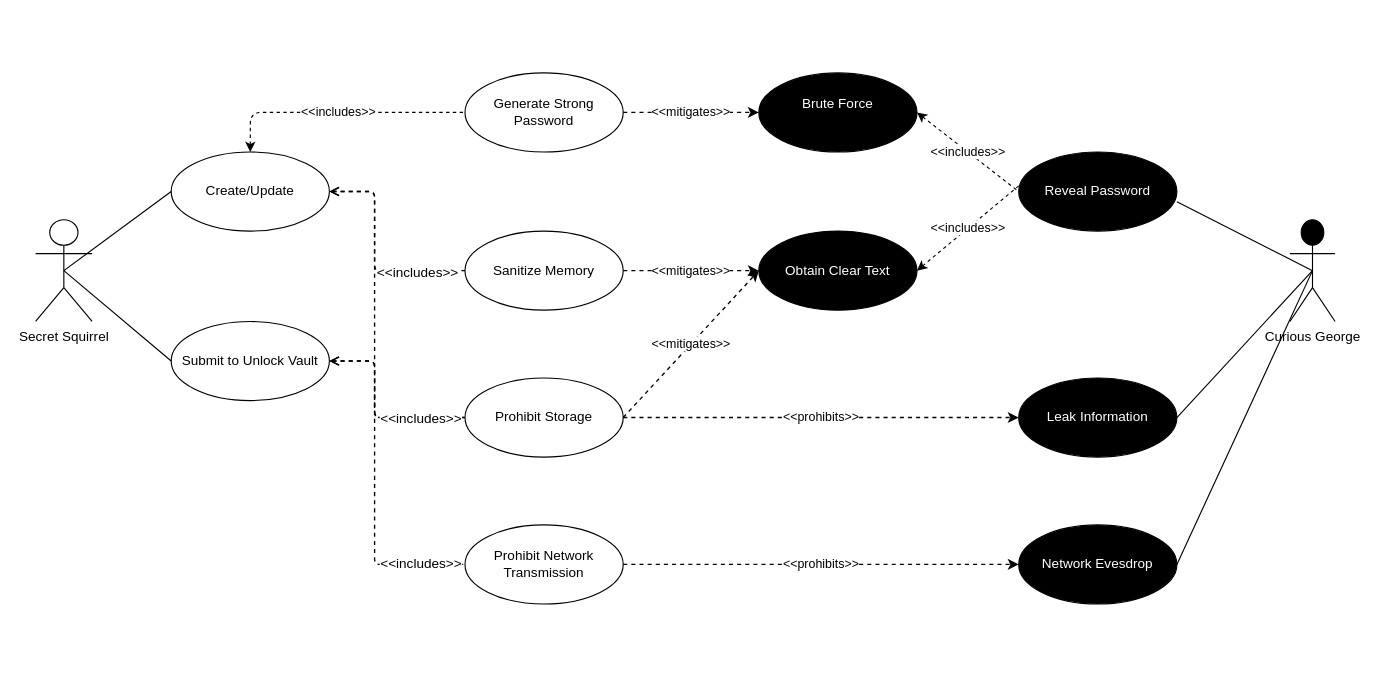
Above: page "Master Password" (1 of 5) of Images/Use Cases.drawio in sdfrench/CYBR8420-GotRoot (draw.io), before the change. Source tidied: cells renumbered, new cells numbered last; positions are measured from the earlier drawing's top-left corner, leaving out a move shared by most shapes. Both pictures are drawn from the tidied source at 113%, with x=0, y=0 at pixel (35, 72).
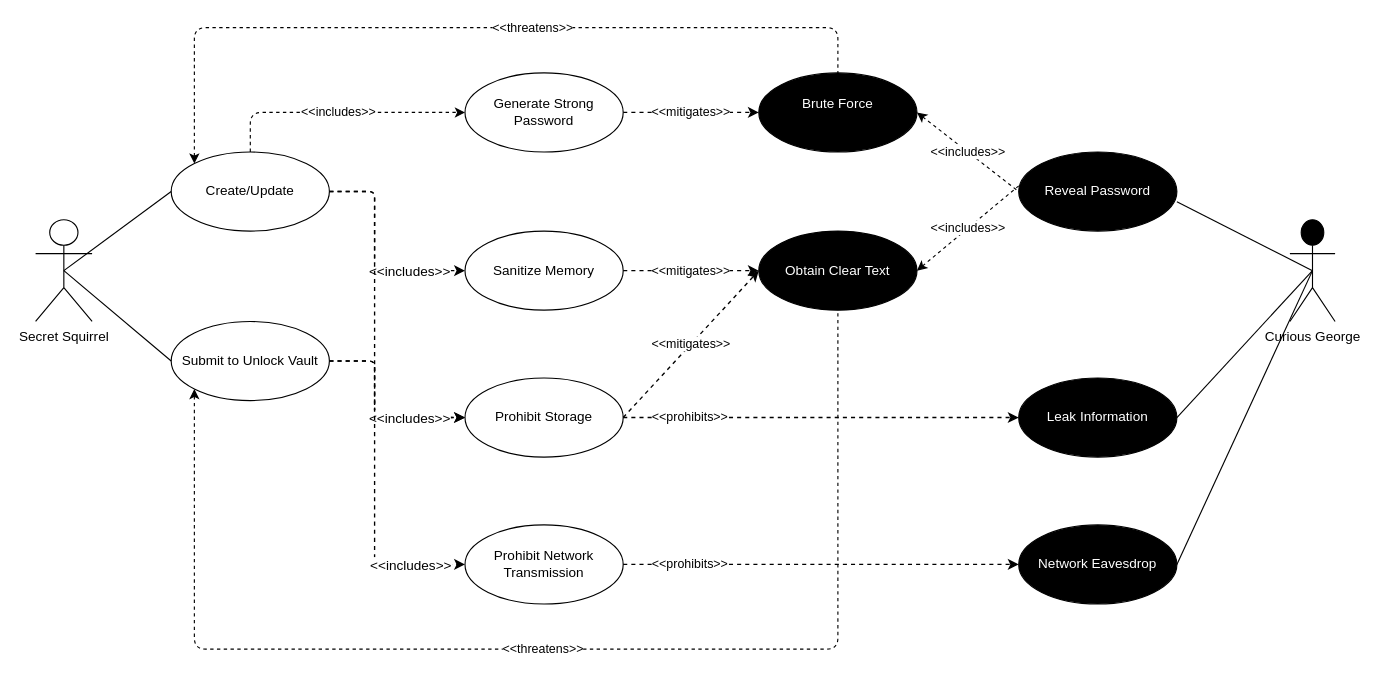
The same diagram, later.

The change refers to these unchanged cells:
```xml
<mxCell id="2" value="Create/Update" style="ellipse;whiteSpace=wrap;html=1;" parent="1" vertex="1">
  <mxGeometry x="120" y="70" width="140" height="70" as="geometry" />
</mxCell>
<mxCell id="7" value="Leak Information" style="ellipse;whiteSpace=wrap;html=1;fillColor=#000000;fontColor=#FFFFFF;" parent="1" vertex="1">
  <mxGeometry x="870" y="270" width="140" height="70" as="geometry" />
</mxCell>
<mxCell id="9" value="Submit to Unlock Vault" style="ellipse;whiteSpace=wrap;html=1;" parent="1" vertex="1">
  <mxGeometry x="120" y="220" width="140" height="70" as="geometry" />
</mxCell>
<mxCell id="11" value="Generate Strong Password" style="ellipse;whiteSpace=wrap;html=1;" parent="1" vertex="1">
  <mxGeometry x="380" width="140" height="70" as="geometry" />
</mxCell>
<mxCell id="12" value="Sanitize Memory" style="ellipse;whiteSpace=wrap;html=1;" parent="1" vertex="1">
  <mxGeometry x="380" y="140" width="140" height="70" as="geometry" />
</mxCell>
<mxCell id="13" value="Prohibit Storage" style="ellipse;whiteSpace=wrap;html=1;" parent="1" vertex="1">
  <mxGeometry x="380" y="270" width="140" height="70" as="geometry" />
</mxCell>
<mxCell id="14" value="Prohibit Network Transmission" style="ellipse;whiteSpace=wrap;html=1;" parent="1" vertex="1">
  <mxGeometry x="380" y="400" width="140" height="70" as="geometry" />
</mxCell>
<mxCell id="15" value="&lt;div&gt;Brute Force&lt;/div&gt;&lt;div&gt;&lt;br&gt;&lt;/div&gt;" style="ellipse;whiteSpace=wrap;html=1;fillColor=#000000;fontColor=#FFFFFF;" parent="1" vertex="1">
  <mxGeometry x="640" width="140" height="70" as="geometry" />
</mxCell>
<mxCell id="17" value="Obtain Clear Text" style="ellipse;whiteSpace=wrap;html=1;fillColor=#000000;fontColor=#FFFFFF;" parent="1" vertex="1">
  <mxGeometry x="640" y="140" width="140" height="70" as="geometry" />
</mxCell>
```

The edit, as a diff of the source:
```diff
@@
-    <mxCell id="3" style="html=1;jettySize=18;fontSize=11;strokeOpacity=100;dashed=1;strokeWidth=1.2;rounded=1;arcSize=10;startArrow=open;endArrow=none;elbow=vertical;endFill=0;entryX=0;entryY=0.5;entryDx=0;entryDy=0;edgeStyle=orthogonalEdgeStyle;exitX=1;exitY=0.5;exitDx=0;exitDy=0;" parent="1" edge="1" source="2" target="12">
+    <mxCell id="3" style="html=1;jettySize=18;fontSize=11;strokeOpacity=100;dashed=1;strokeWidth=1.2;rounded=1;arcSize=10;startArrow=none;endArrow=classic;elbow=vertical;endFill=1;entryX=0;entryY=0.5;entryDx=0;entryDy=0;edgeStyle=orthogonalEdgeStyle;exitX=1;exitY=0.5;exitDx=0;exitDy=0;startFill=0;" parent="1" edge="1" source="2" target="12">
       <mxGeometry relative="1" as="geometry">
         <Array as="points">
           <mxPoint x="300" y="105" />
           <mxPoint x="300" y="175" />
         </Array>
       </mxGeometry>
     </mxCell>
     <mxCell id="4" value="&amp;lt;&amp;lt;includes&amp;gt;&amp;gt;" style="text;html=1;align=center;verticalAlign=middle;labelBackgroundColor=#ffffff;" parent="3" vertex="1">
-      <mxGeometry x="0.55" y="-1" relative="1" as="geometry" />
+      <mxGeometry x="0.55" y="-1" relative="1" as="geometry">
+        <mxPoint x="-7" y="-1" as="offset" />
+      </mxGeometry>
     </mxCell>
@@
-    <mxCell id="10" value="&amp;lt;&amp;lt;includes&amp;gt;&amp;gt;" style="edgeStyle=orthogonalEdgeStyle;rounded=1;jettySize=auto;html=1;dashed=1;startArrow=classic;startFill=1;endArrow=none;endFill=0;fontColor=#000000;exitX=0.5;exitY=0;exitDx=0;exitDy=0;entryX=0;entryY=0.5;entryDx=0;entryDy=0;" parent="1" edge="1" source="2" target="11">
+    <mxCell id="10" value="&amp;lt;&amp;lt;includes&amp;gt;&amp;gt;" style="edgeStyle=orthogonalEdgeStyle;rounded=1;jettySize=auto;html=1;dashed=1;startArrow=none;startFill=0;endArrow=classic;endFill=1;fontColor=#000000;exitX=0.5;exitY=0;exitDx=0;exitDy=0;entryX=0;entryY=0.5;entryDx=0;entryDy=0;" parent="1" edge="1" source="2" target="11">
       <mxGeometry relative="1" as="geometry" />
     </mxCell>
@@
-    <mxCell id="18" value="Network Evesdrop" style="ellipse;whiteSpace=wrap;html=1;fillColor=#000000;fontColor=#FFFFFF;" parent="1" vertex="1">
+    <mxCell id="18" value="Network Eavesdrop" style="ellipse;whiteSpace=wrap;html=1;fillColor=#000000;fontColor=#FFFFFF;" parent="1" vertex="1">
       <mxGeometry x="870" y="400" width="140" height="70" as="geometry" />
     </mxCell>
@@
     <mxCell id="26" value="&amp;lt;&amp;lt;prohibits&amp;gt;&amp;gt;" style="html=1;jettySize=18;fontSize=11;strokeOpacity=100;dashed=1;strokeWidth=1.2;rounded=1;arcSize=10;startArrow=none;endArrow=classic;endFill=1;startFill=0;exitX=1;exitY=0.5;exitDx=0;exitDy=0;entryX=0;entryY=0.5;entryDx=0;entryDy=0;" parent="1" edge="1" source="13" target="7">
-      <mxGeometry relative="1" as="geometry" />
+      <mxGeometry x="-0.66" relative="1" as="geometry" />
     </mxCell>
     <mxCell id="27" value="&amp;lt;&amp;lt;prohibits&amp;gt;&amp;gt;" style="html=1;jettySize=18;fontSize=11;strokeOpacity=100;dashed=1;strokeWidth=1.2;rounded=1;arcSize=10;startArrow=none;endArrow=classic;endFill=1;startFill=0;exitX=1;exitY=0.5;exitDx=0;exitDy=0;entryX=0;entryY=0.5;entryDx=0;entryDy=0;" parent="1" edge="1" source="14" target="18">
-      <mxGeometry relative="1" as="geometry" />
+      <mxGeometry x="-0.66" relative="1" as="geometry" />
     </mxCell>
@@
-    <mxCell id="30" style="html=1;jettySize=18;fontSize=11;strokeOpacity=100;dashed=1;strokeWidth=1.2;rounded=1;arcSize=10;startArrow=open;endArrow=none;elbow=vertical;endFill=0;entryX=0;entryY=0.5;entryDx=0;entryDy=0;exitX=1;exitY=0.5;exitDx=0;exitDy=0;edgeStyle=orthogonalEdgeStyle;" parent="1" edge="1" source="2" target="13">
+    <mxCell id="30" style="html=1;jettySize=18;fontSize=11;strokeOpacity=100;dashed=1;strokeWidth=1.2;rounded=1;arcSize=10;startArrow=none;endArrow=classic;elbow=vertical;endFill=1;entryX=0;entryY=0.5;entryDx=0;entryDy=0;exitX=1;exitY=0.5;exitDx=0;exitDy=0;edgeStyle=orthogonalEdgeStyle;startFill=0;" parent="1" edge="1" source="2" target="13">
       <mxGeometry relative="1" as="geometry">
         <Array as="points">
           <mxPoint x="300" y="105" />
           <mxPoint x="300" y="305" />
         </Array>
       </mxGeometry>
     </mxCell>
-    <mxCell id="31" style="html=1;jettySize=18;fontSize=11;strokeOpacity=100;dashed=1;strokeWidth=1.2;rounded=1;arcSize=10;startArrow=open;endArrow=none;elbow=vertical;endFill=0;entryX=0;entryY=0.5;entryDx=0;entryDy=0;edgeStyle=orthogonalEdgeStyle;exitX=1;exitY=0.5;exitDx=0;exitDy=0;" parent="1" edge="1" source="9" target="13">
+    <mxCell id="31" style="html=1;jettySize=18;fontSize=11;strokeOpacity=100;dashed=1;strokeWidth=1.2;rounded=1;arcSize=10;startArrow=none;endArrow=classic;elbow=vertical;endFill=1;entryX=0;entryY=0.5;entryDx=0;entryDy=0;edgeStyle=orthogonalEdgeStyle;exitX=1;exitY=0.5;exitDx=0;exitDy=0;startFill=0;" parent="1" edge="1" source="9" target="13">
       <mxGeometry relative="1" as="geometry">
         <Array as="points">
           <mxPoint x="300" y="255" />
           <mxPoint x="300" y="305" />
         </Array>
       </mxGeometry>
     </mxCell>
     <mxCell id="32" value="&amp;lt;&amp;lt;includes&amp;gt;&amp;gt;" style="text;html=1;align=center;verticalAlign=middle;labelBackgroundColor=#ffffff;" parent="31" vertex="1">
       <mxGeometry x="0.44" y="-5" relative="1" as="geometry">
-        <mxPoint x="8" y="-5" as="offset" />
+        <mxPoint x="-2" y="-5" as="offset" />
       </mxGeometry>
     </mxCell>
-    <mxCell id="33" style="html=1;jettySize=18;fontSize=11;strokeOpacity=100;dashed=1;strokeWidth=1.2;rounded=1;arcSize=10;startArrow=open;endArrow=none;elbow=vertical;endFill=0;entryX=0;entryY=0.5;entryDx=0;entryDy=0;edgeStyle=orthogonalEdgeStyle;exitX=1;exitY=0.5;exitDx=0;exitDy=0;" parent="1" edge="1" source="9" target="14">
+    <mxCell id="33" style="html=1;jettySize=18;fontSize=11;strokeOpacity=100;dashed=1;strokeWidth=1.2;rounded=1;arcSize=10;startArrow=none;endArrow=classic;elbow=vertical;endFill=1;entryX=0;entryY=0.5;entryDx=0;entryDy=0;edgeStyle=orthogonalEdgeStyle;exitX=1;exitY=0.5;exitDx=0;exitDy=0;startFill=0;" parent="1" edge="1" source="9" target="14">
       <mxGeometry relative="1" as="geometry">
         <Array as="points">
           <mxPoint x="300" y="255" />
           <mxPoint x="300" y="435" />
         </Array>
       </mxGeometry>
     </mxCell>
     <mxCell id="34" value="&amp;lt;&amp;lt;includes&amp;gt;&amp;gt;" style="text;html=1;align=center;verticalAlign=middle;labelBackgroundColor=#ffffff;" parent="33" vertex="1">
-      <mxGeometry x="0.73" y="1" relative="1" as="geometry" />
+      <mxGeometry x="0.73" y="1" relative="1" as="geometry">
+        <mxPoint x="-9" y="1" as="offset" />
+      </mxGeometry>
     </mxCell>
+    <mxCell id="35" value="&amp;lt;&amp;lt;threatens&amp;gt;&amp;gt;" style="edgeStyle=orthogonalEdgeStyle;rounded=1;jettySize=auto;html=1;dashed=1;startArrow=classic;startFill=1;endArrow=none;endFill=0;fontColor=#000000;entryX=0.5;entryY=0;entryDx=0;entryDy=0;exitX=0;exitY=0;exitDx=0;exitDy=0;" parent="1" edge="1" source="2" target="15">
+      <mxGeometry x="0.15" relative="1" as="geometry">
+        <Array as="points">
+          <mxPoint x="141" y="-40" />
+          <mxPoint x="710" y="-40" />
+        </Array>
+      </mxGeometry>
+    </mxCell>
+    <mxCell id="36" value="&amp;lt;&amp;lt;threatens&amp;gt;&amp;gt;" style="edgeStyle=orthogonalEdgeStyle;rounded=1;jettySize=auto;html=1;dashed=1;startArrow=classic;startFill=1;endArrow=none;endFill=0;fontColor=#000000;entryX=0.5;entryY=1;entryDx=0;entryDy=0;exitX=0;exitY=1;exitDx=0;exitDy=0;" parent="1" edge="1" source="9" target="17">
+      <mxGeometry x="-0.02" relative="1" as="geometry">
+        <Array as="points">
+          <mxPoint x="141" y="510" />
+          <mxPoint x="710" y="510" />
+        </Array>
+      </mxGeometry>
+    </mxCell>
```
